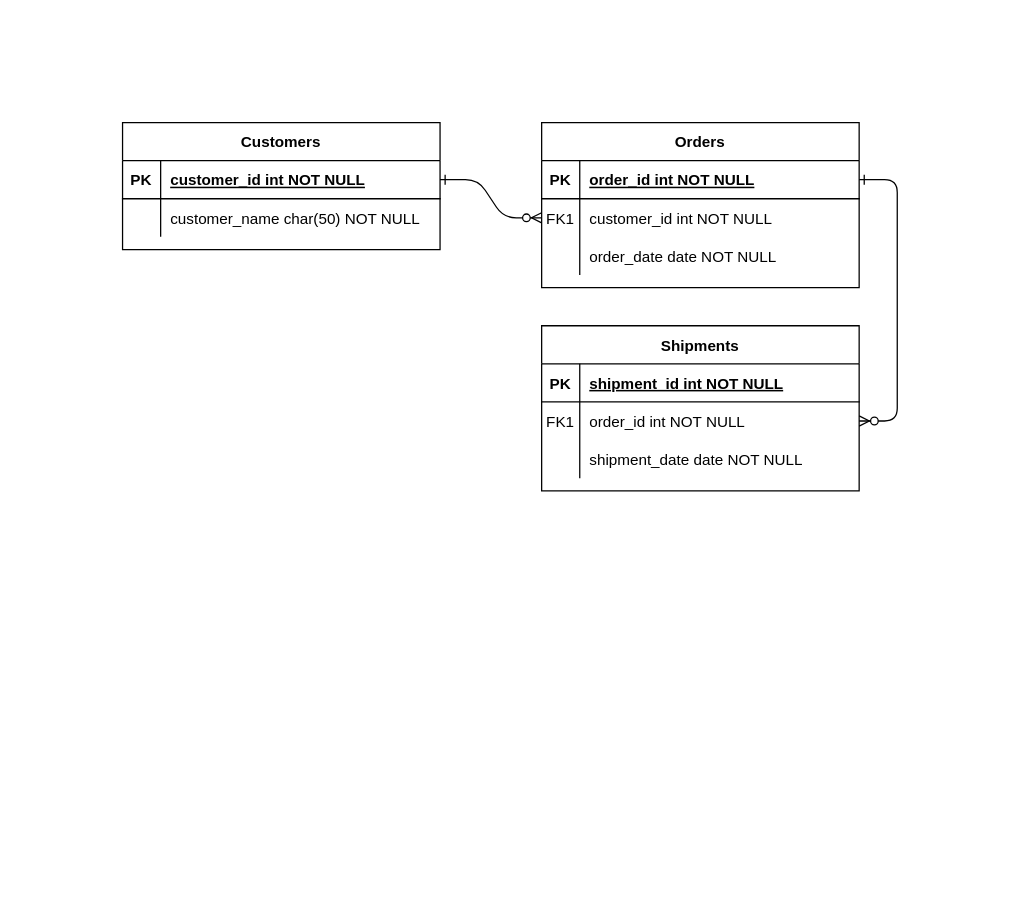
Before: page "Zendesk" (1 of 2) of Untitled Diagram.drawio in slymesta/examples, a draw.io diagram. Source tidied: cells renumbered, new cells numbered last; positions are measured from the earlier drawing's top-left corner, leaving out a move shared by most shapes. Both pictures are drawn from the tidied source at 127%, with x=0, y=0 at pixel (122, 122).
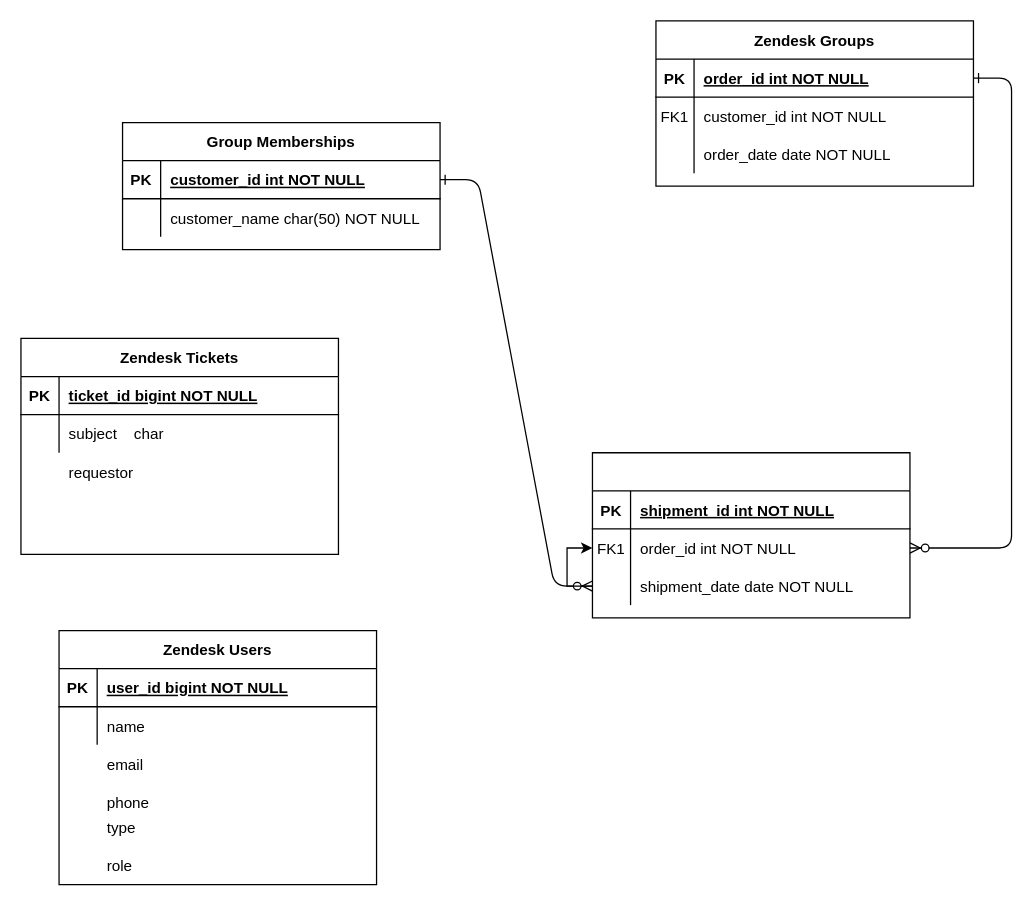
The same diagram, later.

The change refers to these unchanged cells:
```xml
<mxCell id="8" style="shape=partialRectangle;fillColor=none;points=[[0,0.5],[1,0.5]];portConstraint=eastwest;top=0;left=0;right=0;bottom=0;" parent="4" vertex="1">
  <mxGeometry y="60" width="250" height="30" as="geometry" />
</mxCell>
<mxCell id="18" style="shape=partialRectangle;fillColor=none;points=[[0,0.5],[1,0.5]];portConstraint=eastwest;top=0;left=0;right=0;bottom=0;" parent="14" vertex="1">
  <mxGeometry y="60" width="250" height="30" as="geometry" />
</mxCell>
<mxCell id="21" style="shape=partialRectangle;fillColor=none;points=[[0,0.5],[1,0.5]];portConstraint=eastwest;top=0;left=0;right=0;bottom=0;" parent="14" vertex="1">
  <mxGeometry y="90" width="250" height="30" as="geometry" />
</mxCell>
<mxCell id="25" style="shape=partialRectangle;fillColor=none;points=[[0,0.5],[1,0.5]];portConstraint=eastwest;top=0;left=0;right=0;bottom=1;" parent="24" vertex="1">
  <mxGeometry y="30" width="250" height="30" as="geometry" />
</mxCell>
```

What changed in the source:
```diff
@@
-    <mxCell id="2" style="edgeStyle=entityRelationEdgeStyle;endArrow=ERzeroToMany;startArrow=ERone;endFill=1;startFill=0;" parent="1" edge="1" source="25" target="8">
+    <mxCell id="2" style="edgeStyle=entityRelationEdgeStyle;endArrow=ERzeroToMany;startArrow=ERone;endFill=1;startFill=0;" parent="1" edge="1" source="25" target="21">
       <mxGeometry relative="1" as="geometry" />
     </mxCell>
@@
-    <mxCell id="4" value="Orders" style="shape=table;startSize=30;childLayout=tableLayout;rowLines=0;fontStyle=1;align=center;" parent="1" vertex="1">
-      <mxGeometry x="330" width="250" height="130" as="geometry" />
+    <mxCell id="4" value="Zendesk Groups" style="shape=table;startSize=30;childLayout=tableLayout;rowLines=0;fontStyle=1;align=center;" parent="1" vertex="1">
+      <mxGeometry x="420" y="-80" width="250" height="130" as="geometry" />
     </mxCell>
@@
-    <mxCell id="14" value="Shipments" style="shape=table;startSize=30;childLayout=tableLayout;rowLines=0;fontStyle=1;align=center;" parent="1" vertex="1">
-      <mxGeometry x="330" y="160" width="250" height="130" as="geometry" />
+    <mxCell id="14" style="shape=table;startSize=30;childLayout=tableLayout;rowLines=0;fontStyle=1;align=center;" parent="1" vertex="1">
+      <mxGeometry x="370" y="260" width="250" height="130" as="geometry" />
     </mxCell>
@@
+    <mxCell id="31" style="edgeStyle=orthogonalEdgeStyle;rounded=0;jettySize=auto;html=1;exitX=0;exitY=0.5;exitDx=0;exitDy=0;" parent="14" edge="1" source="21" target="18">
+      <mxGeometry relative="1" as="geometry" />
+    </mxCell>
@@
-    <mxCell id="24" value="Customers" style="shape=table;startSize=30;childLayout=tableLayout;rowLines=0;fontStyle=1;align=center;" parent="1" vertex="1">
+    <mxCell id="24" value="Group Memberships" style="shape=table;startSize=30;childLayout=tableLayout;rowLines=0;fontStyle=1;align=center;" parent="1" vertex="1">
       <mxGeometry width="250" height="100" as="geometry" />
     </mxCell>
@@
+    <mxCell id="32" value="Zendesk Tickets" style="shape=table;startSize=30;childLayout=tableLayout;rowLines=0;fontStyle=1;align=center;" parent="1" vertex="1">
+      <mxGeometry x="-80" y="170" width="250" height="170" as="geometry" />
+    </mxCell>
+    <mxCell id="33" style="shape=partialRectangle;fillColor=none;top=0;left=0;right=0;bottom=1;" parent="32" vertex="1">
+      <mxGeometry y="30" width="250" height="30" as="geometry" />
+    </mxCell>
+    <mxCell id="34" value="PK" style="shape=partialRectangle;overflow=hidden;fillColor=none;top=0;left=0;bottom=0;right=0;fontStyle=1;" parent="33" vertex="1">
+      <mxGeometry width="30" height="30" as="geometry" />
+    </mxCell>
+    <mxCell id="35" value="ticket_id bigint NOT NULL" style="shape=partialRectangle;overflow=hidden;fillColor=none;top=0;left=0;bottom=0;right=0;align=left;spacingLeft=6;fontStyle=5;" parent="33" vertex="1">
+      <mxGeometry x="30" width="220" height="30" as="geometry" />
+    </mxCell>
+    <mxCell id="36" style="shape=partialRectangle;fillColor=none;top=0;left=0;right=0;bottom=0;" parent="32" vertex="1">
+      <mxGeometry y="60" width="250" height="30" as="geometry" />
+    </mxCell>
+    <mxCell id="37" style="shape=partialRectangle;overflow=hidden;fillColor=none;top=0;left=0;bottom=0;right=0;" parent="36" vertex="1">
+      <mxGeometry width="30" height="30" as="geometry" />
+    </mxCell>
+    <mxCell id="38" value="subject    char" style="shape=partialRectangle;overflow=hidden;fillColor=none;top=0;left=0;bottom=0;right=0;align=left;spacingLeft=6;" parent="36" vertex="1">
+      <mxGeometry x="30" width="220" height="30" as="geometry" />
+    </mxCell>
+    <mxCell id="39" value="Zendesk Users" style="shape=table;startSize=30;childLayout=tableLayout;rowLines=0;fontStyle=1;align=center;" parent="1" vertex="1">
+      <mxGeometry x="-50" y="400" width="250" height="200" as="geometry" />
+    </mxCell>
+    <mxCell id="40" style="shape=partialRectangle;fillColor=none;top=0;left=0;right=0;bottom=1;" parent="39" vertex="1">
+      <mxGeometry y="30" width="250" height="30" as="geometry" />
+    </mxCell>
+    <mxCell id="41" value="PK" style="shape=partialRectangle;overflow=hidden;fillColor=none;top=0;left=0;bottom=0;right=0;fontStyle=1;" parent="40" vertex="1">
+      <mxGeometry width="30" height="30" as="geometry" />
+    </mxCell>
+    <mxCell id="42" value="user_id bigint NOT NULL" style="shape=partialRectangle;overflow=hidden;fillColor=none;top=0;left=0;bottom=0;right=0;align=left;spacingLeft=6;fontStyle=5;" parent="40" vertex="1">
+      <mxGeometry x="30" width="220" height="30" as="geometry" />
+    </mxCell>
+    <mxCell id="43" style="shape=partialRectangle;fillColor=none;top=0;left=0;right=0;bottom=0;" parent="39" vertex="1">
+      <mxGeometry y="60" width="250" height="30" as="geometry" />
+    </mxCell>
+    <mxCell id="44" style="shape=partialRectangle;overflow=hidden;fillColor=none;top=0;left=0;bottom=0;right=0;" parent="43" vertex="1">
+      <mxGeometry width="30" height="30" as="geometry" />
+    </mxCell>
+    <mxCell id="45" value="name" style="shape=partialRectangle;overflow=hidden;fillColor=none;top=0;left=0;bottom=0;right=0;align=left;spacingLeft=6;" parent="43" vertex="1">
+      <mxGeometry x="30" width="220" height="30" as="geometry" />
+    </mxCell>
+    <mxCell id="46" style="shape=partialRectangle;fillColor=none;top=0;left=0;right=0;bottom=0;" parent="1" vertex="1">
+      <mxGeometry x="-80" y="260" width="250" height="30" as="geometry" />
+    </mxCell>
+    <mxCell id="47" style="shape=partialRectangle;overflow=hidden;fillColor=none;top=0;left=0;bottom=0;right=0;" parent="46" vertex="1">
+      <mxGeometry width="30" height="30" as="geometry" />
+    </mxCell>
+    <mxCell id="48" value="requestor" style="shape=partialRectangle;overflow=hidden;fillColor=none;top=0;left=0;bottom=0;right=0;align=left;spacingLeft=6;" parent="46" vertex="1">
+      <mxGeometry x="30" width="220" height="30" as="geometry" />
+    </mxCell>
+    <mxCell id="49" value="email" style="shape=partialRectangle;overflow=hidden;fillColor=none;top=0;left=0;bottom=0;right=0;align=left;spacingLeft=6;" parent="1" vertex="1">
+      <mxGeometry x="-20" y="490" width="220" height="30" as="geometry" />
+    </mxCell>
+    <mxCell id="50" value="type" style="shape=partialRectangle;overflow=hidden;fillColor=none;top=0;left=0;bottom=0;right=0;align=left;spacingLeft=6;" parent="1" vertex="1">
+      <mxGeometry x="-20" y="540" width="220" height="30" as="geometry" />
+    </mxCell>
+    <mxCell id="51" value="role" style="shape=partialRectangle;overflow=hidden;fillColor=none;top=0;left=0;bottom=0;right=0;align=left;spacingLeft=6;" parent="1" vertex="1">
+      <mxGeometry x="-20" y="570" width="220" height="30" as="geometry" />
+    </mxCell>
+    <mxCell id="52" value="phone" style="shape=partialRectangle;overflow=hidden;fillColor=none;top=0;left=0;bottom=0;right=0;align=left;spacingLeft=6;" parent="1" vertex="1">
+      <mxGeometry x="-20" y="520" width="220" height="30" as="geometry" />
+    </mxCell>
```
